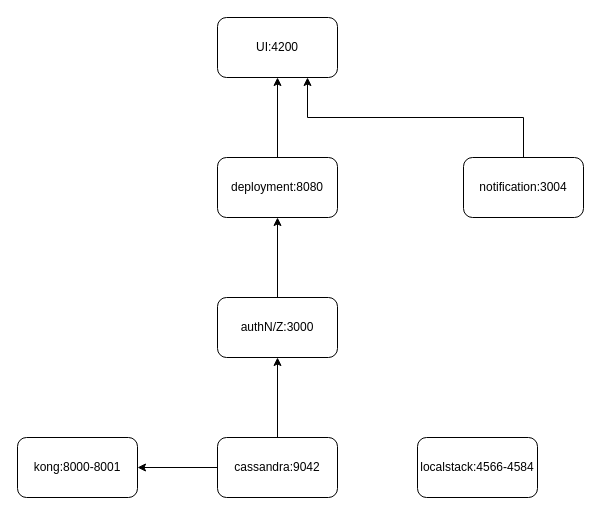
Above: cloudgate/cerberus.drawio in Albert-W/Draw_io (draw.io), before the change. Source tidied: cells renumbered, new cells numbered last; positions are measured from the earlier drawing's top-left corner, leaving out a move shared by most shapes. Both pictures are drawn from the tidied source at 100%, with x=0, y=0 at pixel (17, 17).
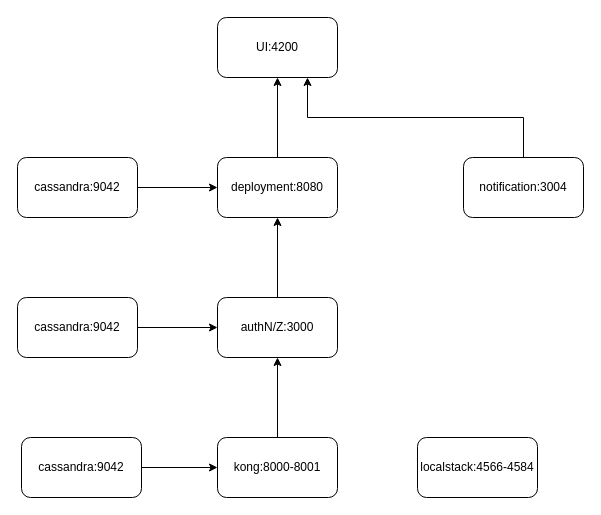
The same diagram, later.

Change to the diagram source:
```diff
@@
 <mxGraphModel>
   <root>
     <mxCell id="0" />
     <mxCell id="1" parent="0" />
-    <mxCell id="2" style="edgeStyle=orthogonalEdgeStyle;rounded=0;jettySize=auto;html=1;" parent="1" edge="1" source="4" target="6">
-      <mxGeometry relative="1" as="geometry" />
-    </mxCell>
-    <mxCell id="3" style="edgeStyle=orthogonalEdgeStyle;rounded=0;jettySize=auto;html=1;" parent="1" edge="1" source="4" target="8">
+    <mxCell id="3" style="edgeStyle=orthogonalEdgeStyle;rounded=0;jettySize=auto;html=1;exitX=1;exitY=0.5;exitDx=0;exitDy=0;" parent="1" edge="1" source="4" target="8">
       <mxGeometry relative="1" as="geometry" />
     </mxCell>
     <mxCell id="4" value="cassandra:9042" style="rounded=1;whiteSpace=wrap;html=1;" parent="1" vertex="1">
-      <mxGeometry x="200" y="420" width="120" height="60" as="geometry" />
+      <mxGeometry x="4" y="420" width="120" height="60" as="geometry" />
     </mxCell>
     <mxCell id="5" style="edgeStyle=orthogonalEdgeStyle;rounded=0;jettySize=auto;html=1;" parent="1" edge="1" source="6" target="10">
       <mxGeometry relative="1" as="geometry" />
     </mxCell>
     <mxCell id="6" value="authN/Z:3000" style="rounded=1;whiteSpace=wrap;html=1;" parent="1" vertex="1">
       <mxGeometry x="200" y="280" width="120" height="60" as="geometry" />
     </mxCell>
     <mxCell id="7" value="localstack:4566-4584" style="rounded=1;whiteSpace=wrap;html=1;" parent="1" vertex="1">
       <mxGeometry x="400" y="420" width="120" height="60" as="geometry" />
     </mxCell>
+    <mxCell id="14" style="edgeStyle=orthogonalEdgeStyle;rounded=0;jettySize=auto;html=1;exitX=0.5;exitY=0;exitDx=0;exitDy=0;entryX=0.5;entryY=1;entryDx=0;entryDy=0;" parent="1" edge="1" source="8" target="6">
+      <mxGeometry relative="1" as="geometry" />
+    </mxCell>
     <mxCell id="8" value="kong:8000-8001" style="rounded=1;whiteSpace=wrap;html=1;" parent="1" vertex="1">
-      <mxGeometry y="420" width="120" height="60" as="geometry" />
+      <mxGeometry x="200" y="420" width="120" height="60" as="geometry" />
     </mxCell>
     <mxCell id="9" style="edgeStyle=orthogonalEdgeStyle;rounded=0;jettySize=auto;html=1;" parent="1" edge="1" source="10" target="11">
       <mxGeometry relative="1" as="geometry" />
     </mxCell>
     <mxCell id="10" value="deployment:8080" style="rounded=1;whiteSpace=wrap;html=1;" parent="1" vertex="1">
       <mxGeometry x="200" y="140" width="120" height="60" as="geometry" />
     </mxCell>
     <mxCell id="11" value="UI:4200" style="rounded=1;whiteSpace=wrap;html=1;" parent="1" vertex="1">
       <mxGeometry x="200" width="120" height="60" as="geometry" />
     </mxCell>
     <mxCell id="12" style="edgeStyle=orthogonalEdgeStyle;rounded=0;jettySize=auto;html=1;exitX=0.5;exitY=0;exitDx=0;exitDy=0;entryX=0.75;entryY=1;entryDx=0;entryDy=0;" parent="1" edge="1" source="13" target="11">
       <mxGeometry relative="1" as="geometry" />
     </mxCell>
     <mxCell id="13" value="notification:3004" style="rounded=1;whiteSpace=wrap;html=1;" parent="1" vertex="1">
       <mxGeometry x="446" y="140" width="120" height="60" as="geometry" />
     </mxCell>
+    <mxCell id="15" style="edgeStyle=orthogonalEdgeStyle;rounded=0;jettySize=auto;html=1;exitX=1;exitY=0.5;exitDx=0;exitDy=0;entryX=0;entryY=0.5;entryDx=0;entryDy=0;" parent="1" edge="1" source="16" target="6">
+      <mxGeometry relative="1" as="geometry" />
+    </mxCell>
+    <mxCell id="16" value="cassandra:9042" style="rounded=1;whiteSpace=wrap;html=1;" parent="1" vertex="1">
+      <mxGeometry y="280" width="120" height="60" as="geometry" />
+    </mxCell>
+    <mxCell id="17" style="edgeStyle=orthogonalEdgeStyle;rounded=0;jettySize=auto;html=1;exitX=1;exitY=0.5;exitDx=0;exitDy=0;entryX=0;entryY=0.5;entryDx=0;entryDy=0;" parent="1" edge="1" source="18" target="10">
+      <mxGeometry relative="1" as="geometry" />
+    </mxCell>
+    <mxCell id="18" value="cassandra:9042" style="rounded=1;whiteSpace=wrap;html=1;" parent="1" vertex="1">
+      <mxGeometry y="140" width="120" height="60" as="geometry" />
+    </mxCell>
   </root>
 </mxGraphModel>
```
